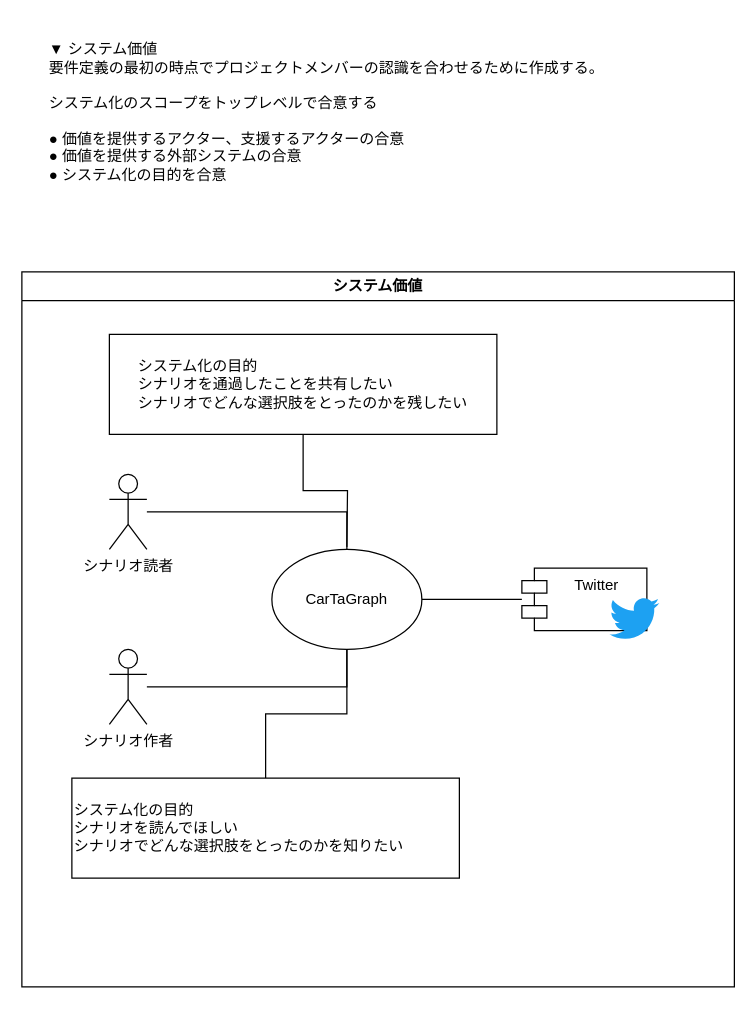
The draw.io diagram page "システムコンテキスト図" (3 of 12) of documents/draw.io/RDRA_CarTaGraph.drawio in hibohiboo/kartagraph, before the edit. Source tidied: cells renumbered, new cells numbered last; positions are measured from the earlier drawing's top-left corner, leaving out a move shared by most shapes. Both pictures are drawn from the tidied source at 125%, with x=0, y=0 at pixel (21, 21).
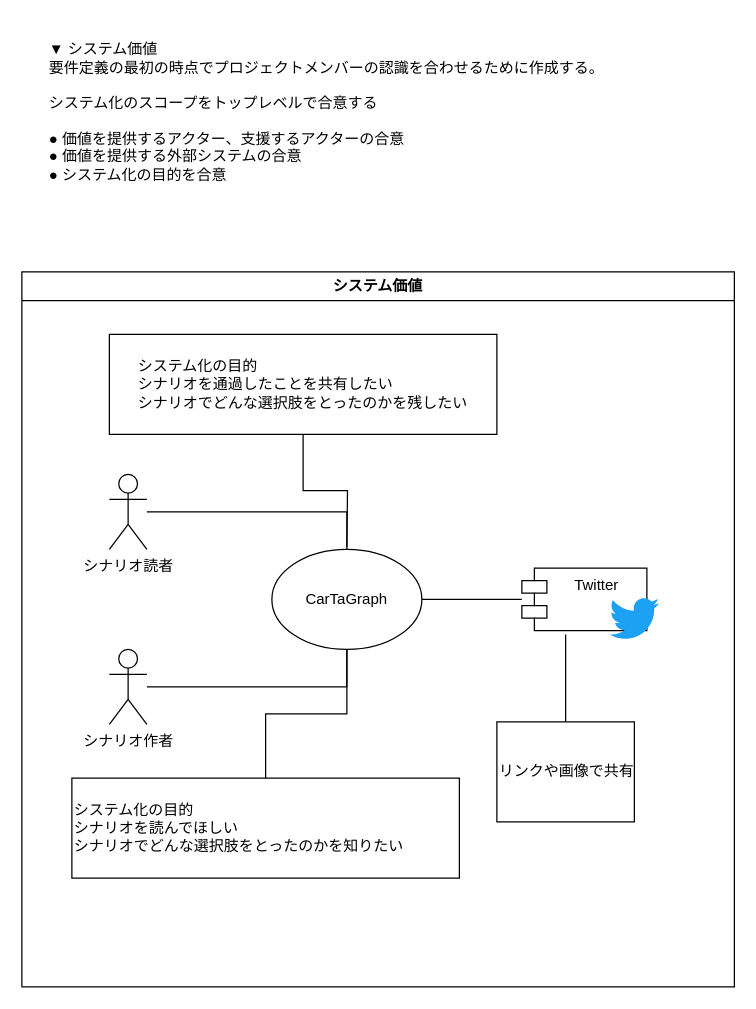
After the change.

The edit, as a diff of the source:
```diff
@@
 <mxGraphModel>
   <root>
     <mxCell id="0" />
     <mxCell id="1" parent="0" />
     <mxCell id="2" value="&lt;br&gt;▼ システム価値&lt;br&gt;要件定義の最初の時点でプロジェクトメンバーの認識を合わせるために作成する。&lt;br&gt;&lt;br&gt;システム化のスコープをトップレベルで合意する&lt;br&gt;&lt;br&gt;● 価値を提供するアクター、支援するアクターの合意&lt;br&gt;● 価値を提供する外部システムの合意&lt;br&gt;● システム化の目的を合意" style="text;html=1;align=left;verticalAlign=middle;strokeColor=none;fillColor=none;fontSize=12;" parent="1" vertex="1">
       <mxGeometry x="20" width="460" height="130" as="geometry" />
     </mxCell>
     <mxCell id="3" value="システム価値" style="swimlane;whiteSpace=wrap;" parent="1" vertex="1">
       <mxGeometry y="200" width="570" height="572" as="geometry" />
     </mxCell>
     <mxCell id="4" style="edgeStyle=orthogonalEdgeStyle;rounded=0;jettySize=auto;html=1;entryX=0.5;entryY=1;entryDx=0;entryDy=0;endArrow=none;endFill=0;" parent="3" edge="1" source="5" target="10">
       <mxGeometry relative="1" as="geometry" />
     </mxCell>
     <mxCell id="5" value="シナリオ作者" style="shape=umlActor;verticalLabelPosition=bottom;verticalAlign=top;html=1;outlineConnect=0;" parent="3" vertex="1">
       <mxGeometry x="70" y="302" width="30" height="60" as="geometry" />
     </mxCell>
     <mxCell id="6" style="edgeStyle=orthogonalEdgeStyle;rounded=0;jettySize=auto;html=1;endArrow=none;endFill=0;" parent="3" edge="1" source="7">
       <mxGeometry relative="1" as="geometry">
         <mxPoint x="260" y="220" as="targetPoint" />
       </mxGeometry>
     </mxCell>
     <mxCell id="7" value="&lt;div style=&quot;text-align: left&quot;&gt;&lt;span&gt;システム化の目的&lt;/span&gt;&lt;/div&gt;&lt;div style=&quot;text-align: left&quot;&gt;&lt;span&gt;シナリオを通過したことを共有したい&lt;/span&gt;&lt;/div&gt;&lt;div style=&quot;text-align: left&quot;&gt;&lt;span&gt;シナリオでどんな選択肢をとったのかを残したい&lt;/span&gt;&lt;/div&gt;" style="rounded=0;whiteSpace=wrap;html=1;" parent="3" vertex="1">
       <mxGeometry x="70" y="50" width="310" height="80" as="geometry" />
     </mxCell>
     <mxCell id="8" style="edgeStyle=orthogonalEdgeStyle;rounded=0;jettySize=auto;html=1;endArrow=none;endFill=0;" parent="3" edge="1" source="9" target="10">
       <mxGeometry relative="1" as="geometry" />
     </mxCell>
     <mxCell id="9" value="Twitter" style="shape=module;align=left;spacingLeft=20;align=center;verticalAlign=top;" parent="3" vertex="1">
       <mxGeometry x="400" y="237" width="100" height="50" as="geometry" />
     </mxCell>
     <mxCell id="10" value="CarTaGraph" style="ellipse;whiteSpace=wrap;html=1;" parent="3" vertex="1">
       <mxGeometry x="200" y="222" width="120" height="80" as="geometry" />
     </mxCell>
     <mxCell id="11" style="edgeStyle=orthogonalEdgeStyle;rounded=0;jettySize=auto;html=1;entryX=0.5;entryY=0;entryDx=0;entryDy=0;endArrow=none;endFill=0;" parent="3" edge="1" source="12" target="10">
       <mxGeometry relative="1" as="geometry" />
     </mxCell>
     <mxCell id="12" value="シナリオ読者" style="shape=umlActor;verticalLabelPosition=bottom;verticalAlign=top;html=1;outlineConnect=0;" parent="3" vertex="1">
       <mxGeometry x="70" y="162" width="30" height="60" as="geometry" />
     </mxCell>
     <mxCell id="13" style="edgeStyle=orthogonalEdgeStyle;rounded=0;jettySize=auto;html=1;endArrow=none;endFill=0;" parent="3" edge="1" source="14" target="10">
       <mxGeometry relative="1" as="geometry" />
     </mxCell>
     <mxCell id="14" value="システム化の目的&lt;br&gt;シナリオを読んでほしい&lt;br&gt;シナリオでどんな選択肢をとったのかを知りたい" style="rounded=0;whiteSpace=wrap;html=1;align=left;" parent="3" vertex="1">
       <mxGeometry x="40" y="405" width="310" height="80" as="geometry" />
     </mxCell>
     <mxCell id="15" style="dashed=0;html=1;align=center;labelPosition=center;verticalLabelPosition=bottom;verticalAlign=top;shape=mxgraph.weblogos.twitter;fillColor=#1DA1F2;strokeColor=none;" parent="3" vertex="1">
       <mxGeometry x="470" y="260" width="40" height="35" as="geometry" />
     </mxCell>
+    <mxCell id="16" style="edgeStyle=orthogonalEdgeStyle;rounded=0;jettySize=auto;html=1;entryX=0.35;entryY=1.06;entryDx=0;entryDy=0;entryPerimeter=0;endArrow=none;endFill=0;" parent="1" edge="1" source="17" target="9">
+      <mxGeometry relative="1" as="geometry" />
+    </mxCell>
+    <mxCell id="17" value="リンクや画像で共有" style="rounded=0;whiteSpace=wrap;html=1;align=left;" parent="1" vertex="1">
+      <mxGeometry x="380" y="560" width="110" height="80" as="geometry" />
+    </mxCell>
   </root>
 </mxGraphModel>
```
